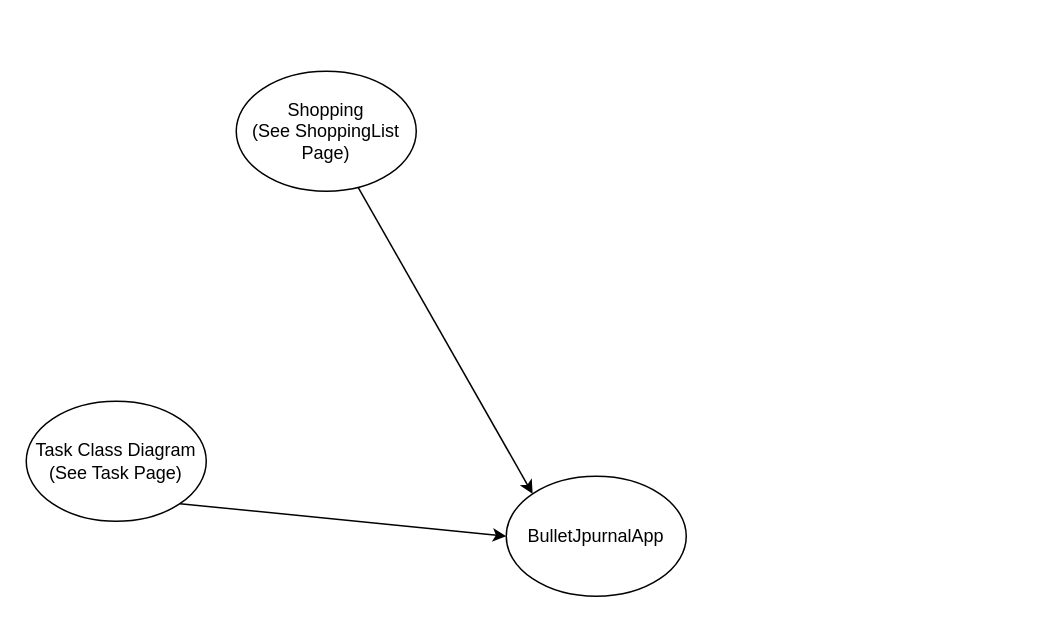
MagShadowLight/BulletJournalApp keeps this draw.io diagram as page "FullClassDiagram" (1 of 6) of Diagrams/ClassDiagram.drawio. Above is the earlier version. Source tidied: cells renumbered, new cells numbered last; positions are measured from the earlier drawing's top-left corner, leaving out a move shared by most shapes. Both pictures are drawn from the tidied source at 150%, with x=0, y=0 at pixel (26, 70).
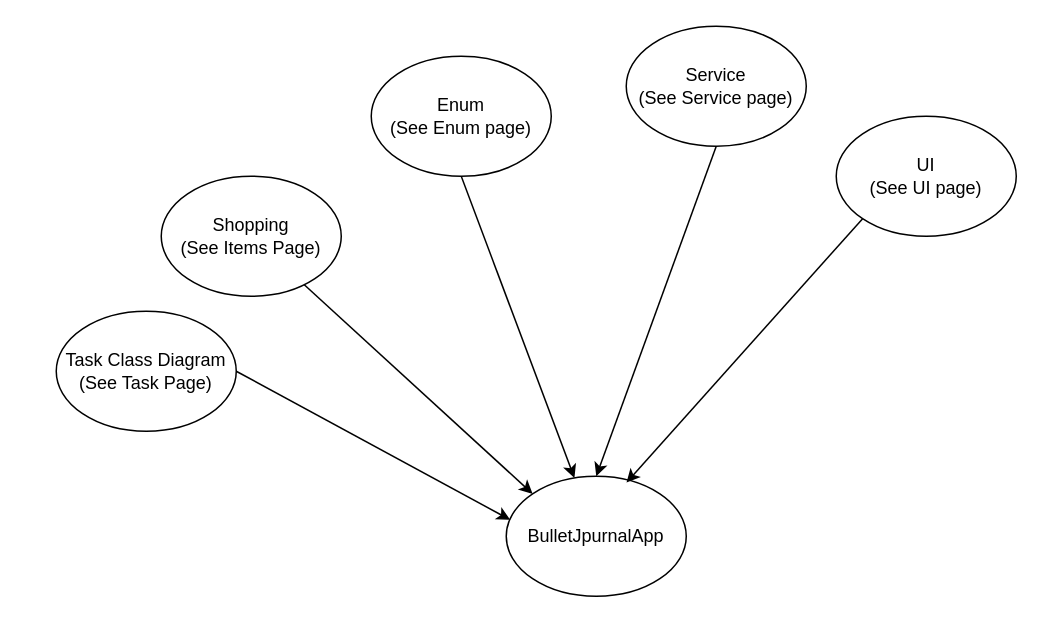
The same diagram, later.

Diff of the diagram source:
```diff
@@
 <mxGraphModel>
   <root>
     <mxCell id="0" />
     <mxCell id="1" parent="0" />
     <mxCell id="2" value="BulletJpurnalApp" style="ellipse;whiteSpace=wrap;html=1;" parent="1" vertex="1">
       <mxGeometry x="320" y="270" width="120" height="80" as="geometry" />
     </mxCell>
-    <mxCell id="3" style="edgeStyle=none;rounded=0;jettySize=auto;html=1;exitX=1;exitY=1;exitDx=0;exitDy=0;entryX=0;entryY=0.5;entryDx=0;entryDy=0;" parent="1" edge="1" source="4" target="2">
-      <mxGeometry relative="1" as="geometry" />
-    </mxCell>
     <mxCell id="4" value="&lt;div&gt;Task Class Diagram&lt;/div&gt;&lt;div&gt;(See Task Page)&lt;/div&gt;" style="ellipse;whiteSpace=wrap;html=1;" parent="1" vertex="1">
-      <mxGeometry y="220" width="120" height="80" as="geometry" />
+      <mxGeometry x="20" y="160" width="120" height="80" as="geometry" />
     </mxCell>
     <mxCell id="5" style="edgeStyle=none;rounded=0;jettySize=auto;html=1;entryX=0;entryY=0;entryDx=0;entryDy=0;" parent="1" edge="1" source="6" target="2">
       <mxGeometry relative="1" as="geometry" />
     </mxCell>
-    <mxCell id="6" value="&lt;div&gt;Shopping&lt;/div&gt;&lt;div&gt;(See ShoppingList Page)&lt;/div&gt;" style="ellipse;whiteSpace=wrap;html=1;" parent="1" vertex="1">
-      <mxGeometry x="140" width="120" height="80" as="geometry" />
+    <mxCell id="6" value="&lt;div&gt;Shopping&lt;/div&gt;&lt;div&gt;(See Items&lt;span style=&quot;background-color: transparent; color: light-dark(rgb(0, 0, 0), rgb(255, 255, 255));&quot;&gt;&amp;nbsp;Page)&lt;/span&gt;&lt;/div&gt;" style="ellipse;whiteSpace=wrap;html=1;" parent="1" vertex="1">
+      <mxGeometry x="90" y="70" width="120" height="80" as="geometry" />
     </mxCell>
+    <mxCell id="7" style="edgeStyle=none;rounded=0;jettySize=auto;html=1;exitX=0.5;exitY=1;exitDx=0;exitDy=0;" parent="1" edge="1" source="8" target="2">
+      <mxGeometry relative="1" as="geometry" />
+    </mxCell>
+    <mxCell id="8" value="&lt;div&gt;Enum&lt;/div&gt;&lt;div&gt;(See Enum page)&lt;/div&gt;" style="ellipse;whiteSpace=wrap;html=1;" parent="1" vertex="1">
+      <mxGeometry x="230" y="-10" width="120" height="80" as="geometry" />
+    </mxCell>
+    <mxCell id="9" style="edgeStyle=none;rounded=0;jettySize=auto;html=1;exitX=0.5;exitY=1;exitDx=0;exitDy=0;entryX=0.5;entryY=0;entryDx=0;entryDy=0;" parent="1" edge="1" source="10" target="2">
+      <mxGeometry relative="1" as="geometry" />
+    </mxCell>
+    <mxCell id="10" value="&lt;div&gt;Service&lt;/div&gt;&lt;div&gt;(See Service page)&lt;/div&gt;" style="ellipse;whiteSpace=wrap;html=1;" parent="1" vertex="1">
+      <mxGeometry x="400" y="-30" width="120" height="80" as="geometry" />
+    </mxCell>
+    <mxCell id="11" value="&lt;div&gt;UI&lt;br&gt;(See UI page)&lt;/div&gt;" style="ellipse;whiteSpace=wrap;html=1;" parent="1" vertex="1">
+      <mxGeometry x="540" y="30" width="120" height="80" as="geometry" />
+    </mxCell>
+    <mxCell id="12" style="edgeStyle=none;rounded=0;jettySize=auto;html=1;exitX=0;exitY=1;exitDx=0;exitDy=0;entryX=0.668;entryY=0.053;entryDx=0;entryDy=0;entryPerimeter=0;" parent="1" edge="1" source="11" target="2">
+      <mxGeometry relative="1" as="geometry" />
+    </mxCell>
+    <mxCell id="3" style="edgeStyle=none;rounded=0;jettySize=auto;html=1;exitX=1;exitY=0.5;exitDx=0;exitDy=0;entryX=0.022;entryY=0.363;entryDx=0;entryDy=0;entryPerimeter=0;" parent="1" edge="1" source="4" target="2">
+      <mxGeometry relative="1" as="geometry" />
+    </mxCell>
   </root>
 </mxGraphModel>
```
